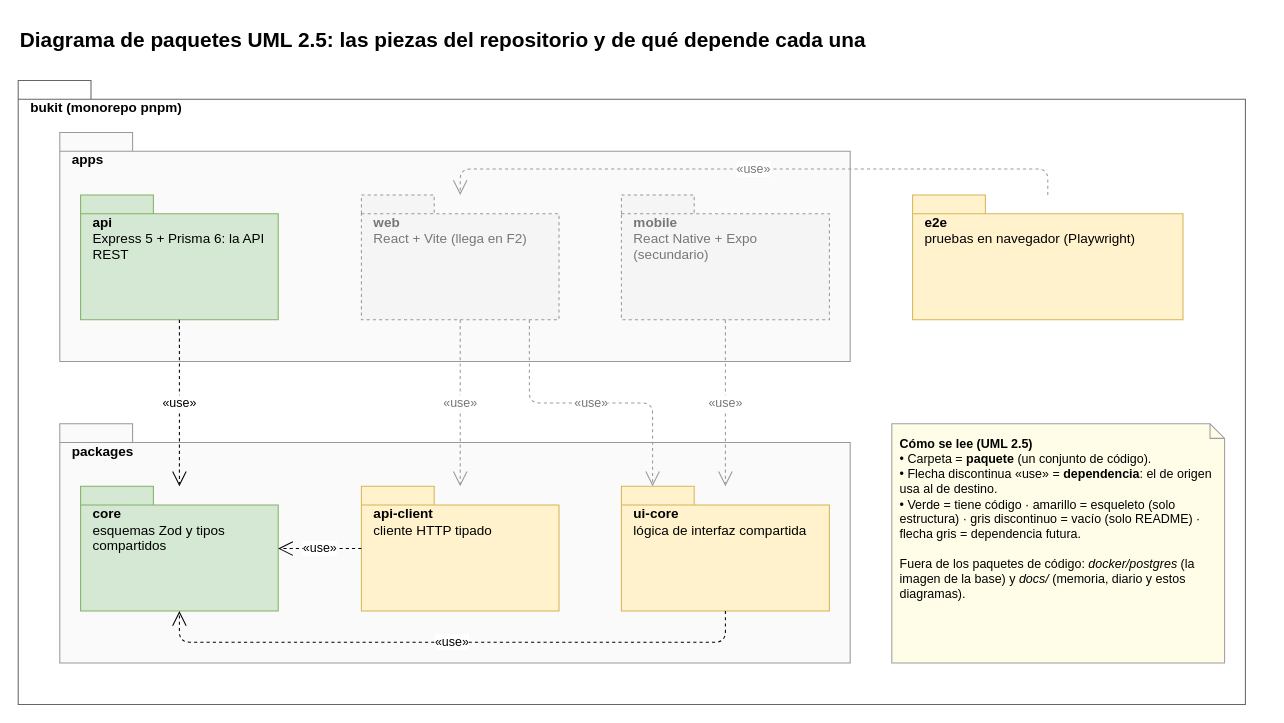
Above: page "6. Paquetes: monorepo" (6 of 6) of docs/diagramas/bukit.drawio in X-Liviu/bukit (draw.io), before the change. Source tidied: cells renumbered, new cells numbered last; positions are measured from the earlier drawing's top-left corner, leaving out a move shared by most shapes. Both pictures are drawn from the tidied source at 104%, with x=0, y=0 at pixel (18, 18).
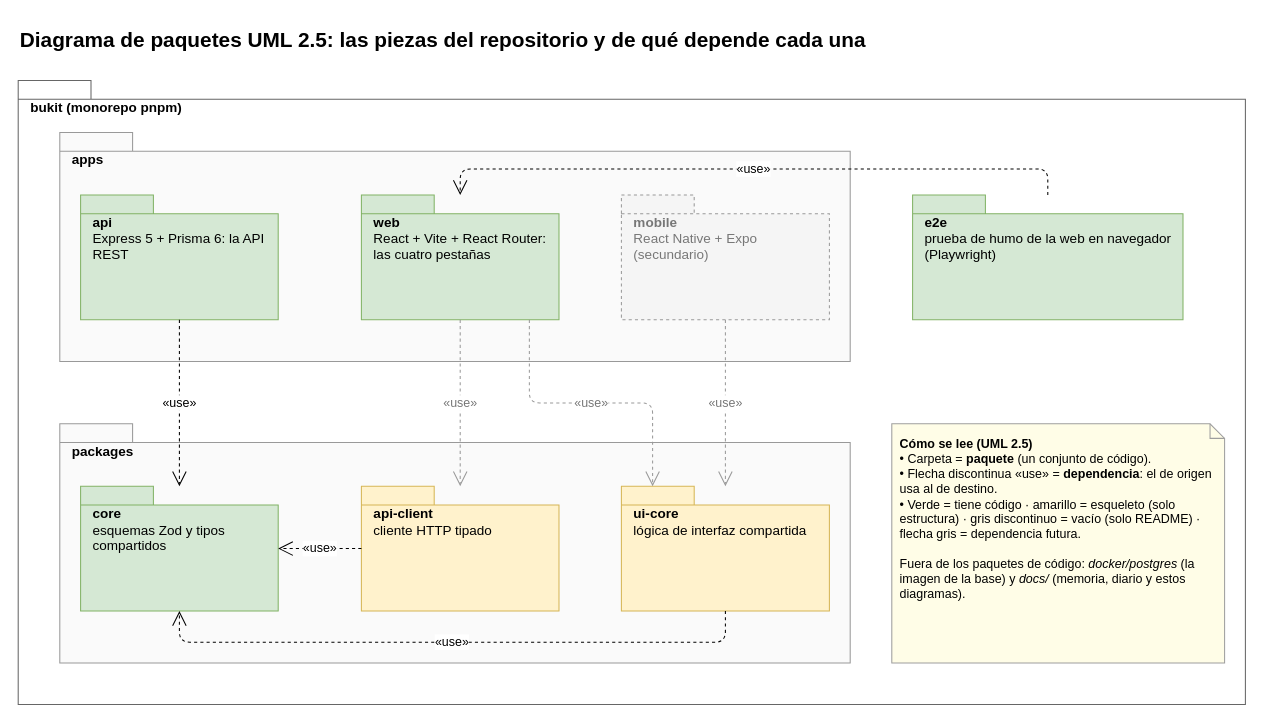
After the change.

The edit, as a diff of the source:
```diff
@@
-    <mxCell id="7" value="web&lt;br&gt;&lt;span style=&quot;font-weight:normal&quot;&gt;React + Vite (llega en F2)&lt;/span&gt;" style="shape=folder;fontStyle=1;spacingTop=12;tabWidth=70;tabHeight=18;tabPosition=left;html=1;whiteSpace=wrap;verticalAlign=top;align=left;spacingLeft=10;fontSize=13;fillColor=#f5f5f5;strokeColor=#999999;fontColor=#777777;dashed=1;" parent="1" vertex="1">
+    <mxCell id="7" value="web&lt;br&gt;&lt;span style=&quot;font-weight:normal&quot;&gt;React + Vite + React Router: las cuatro pestañas&lt;/span&gt;" style="shape=folder;fontStyle=1;spacingTop=12;tabWidth=70;tabHeight=18;tabPosition=left;html=1;whiteSpace=wrap;verticalAlign=top;align=left;spacingLeft=10;fontSize=13;fillColor=#d5e8d4;strokeColor=#82b366;" parent="1" vertex="1">
       <mxGeometry x="330" y="170" width="190" height="120" as="geometry" />
     </mxCell>
@@
-    <mxCell id="12" value="e2e&lt;br&gt;&lt;span style=&quot;font-weight:normal&quot;&gt;pruebas en navegador (Playwright)&lt;/span&gt;" style="shape=folder;fontStyle=1;spacingTop=12;tabWidth=70;tabHeight=18;tabPosition=left;html=1;whiteSpace=wrap;verticalAlign=top;align=left;spacingLeft=10;fontSize=13;fillColor=#fff2cc;strokeColor=#d6b656;" parent="1" vertex="1">
+    <mxCell id="12" value="e2e&lt;br&gt;&lt;span style=&quot;font-weight:normal&quot;&gt;prueba de humo de la web en navegador (Playwright)&lt;/span&gt;" style="shape=folder;fontStyle=1;spacingTop=12;tabWidth=70;tabHeight=18;tabPosition=left;html=1;whiteSpace=wrap;verticalAlign=top;align=left;spacingLeft=10;fontSize=13;fillColor=#d5e8d4;strokeColor=#82b366;" parent="1" vertex="1">
       <mxGeometry x="860" y="170" width="260" height="120" as="geometry" />
     </mxCell>
@@
-    <mxCell id="19" value="&amp;laquo;use&amp;raquo;" style="endArrow=open;endSize=12;dashed=1;html=1;fontSize=12;labelBackgroundColor=#ffffff;edgeStyle=orthogonalEdgeStyle;strokeColor=#999999;fontColor=#777777;exitX=0.5;exitY=0;entryX=0.5;entryY=0;" parent="1" edge="1" source="12" target="7">
+    <mxCell id="19" value="&amp;laquo;use&amp;raquo;" style="endArrow=open;endSize=12;dashed=1;html=1;fontSize=12;labelBackgroundColor=#ffffff;edgeStyle=orthogonalEdgeStyle;exitX=0.5;exitY=0;entryX=0.5;entryY=0;" parent="1" edge="1" source="12" target="7">
       <mxGeometry relative="1" as="geometry">
         <Array as="points">
           <mxPoint x="990" y="145" />
           <mxPoint x="425" y="145" />
         </Array>
       </mxGeometry>
     </mxCell>
```
